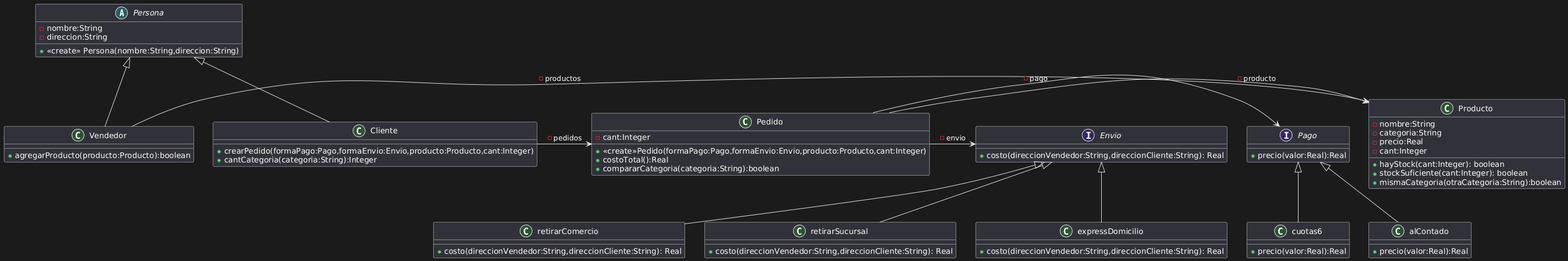
This is eclipse/OO1-2024/src/main/java/ar/edu/unlp/oo1/ejercicio23/UML.png from Francogrch/OO1-2024, a PlantUML export, as it was before one commit. The source it was exported from:
```plantuml
@startuml
abstract Persona{
-nombre:String
-direccion:String
+<<create>> Persona(nombre:String,direccion:String)
}
class Vendedor extends Persona{
+agregarProducto(producto:Producto):boolean
}
Vendedor -> Producto : -productos

class Cliente extends Persona{
+crearPedido(formaPago:Pago,formaEnvio:Envio,producto:Producto,cant:Integer)
+cantCategoria(categoria:String):Integer
}
Cliente -> Pedido : -pedidos

interface Envio{
+costo(direccionVendedor:String,direccionCliente:String): Real
}

interface Pago{
+precio(valor:Real):Real
}

class Pedido {
-cant:Integer
+<<create>>Pedido(formaPago:Pago,formaEnvio:Envio,producto:Producto,cant:Integer)
+costoTotal():Real
+compararCategoria(categoria:String):boolean
}
Pedido -> Pago : -pago
Pedido -> Envio : -envio
Pedido -> Producto : -producto

class Producto {
- nombre:String
- categoria:String
- precio:Real
- cant:Integer
+ hayStock(cant:Integer): boolean
+ stockSuficiente(cant:Integer): boolean
+ mismaCategoria(otraCategoria:String):boolean
}
class alContado extends Pago{
+precio(valor:Real):Real
}
class cuotas6 extends Pago{
+precio(valor:Real):Real
}
class retirarComercio extends Envio{
+costo(direccionVendedor:String,direccionCliente:String): Real
}
class retirarSucursal extends Envio{
+costo(direccionVendedor:String,direccionCliente:String): Real
}
class expressDomicilio extends Envio{
+costo(direccionVendedor:String,direccionCliente:String): Real
}
@enduml
```
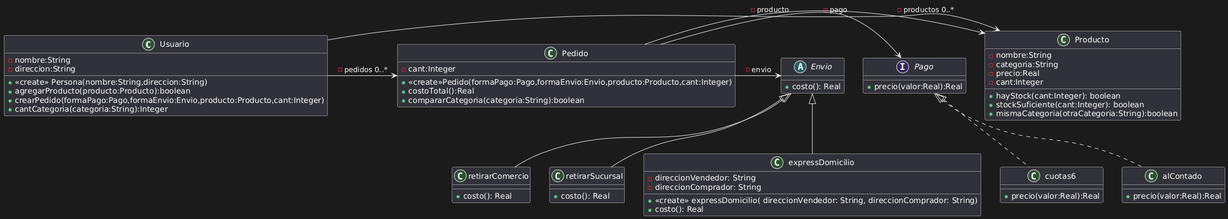
The same file after the commit.

Change to the diagram source:
```diff
@@ -1,22 +1,17 @@
 @startuml
-abstract Persona{
+class Usuario{
 -nombre:String
 -direccion:String
 +<<create>> Persona(nombre:String,direccion:String)
-}
-class Vendedor extends Persona{
 +agregarProducto(producto:Producto):boolean
-}
-Vendedor -> Producto : -productos
-
-class Cliente extends Persona{
 +crearPedido(formaPago:Pago,formaEnvio:Envio,producto:Producto,cant:Integer)
 +cantCategoria(categoria:String):Integer
 }
-Cliente -> Pedido : -pedidos
+Usuario -> Pedido : -pedidos 0..*
+Usuario -> Producto : -productos 0..*
 
-interface Envio{
-+costo(direccionVendedor:String,direccionCliente:String): Real
+abstract Envio{
++costo(): Real
 }
 
 interface Pago{
@@ -42,19 +37,22 @@
 + stockSuficiente(cant:Integer): boolean
 + mismaCategoria(otraCategoria:String):boolean
 }
-class alContado extends Pago{
+class alContado implements Pago{
 +precio(valor:Real):Real
 }
-class cuotas6 extends Pago{
+class cuotas6 implements Pago{
 +precio(valor:Real):Real
 }
 class retirarComercio extends Envio{
-+costo(direccionVendedor:String,direccionCliente:String): Real
++costo(): Real
 }
 class retirarSucursal extends Envio{
-+costo(direccionVendedor:String,direccionCliente:String): Real
++costo(): Real
 }
 class expressDomicilio extends Envio{
-+costo(direccionVendedor:String,direccionCliente:String): Real
+- direccionVendedor: String
+- direccionComprador: String
++<<create>> expressDomicilio( direccionVendedor: String, direccionComprador: String)
++costo(): Real
 }
 @enduml
```
